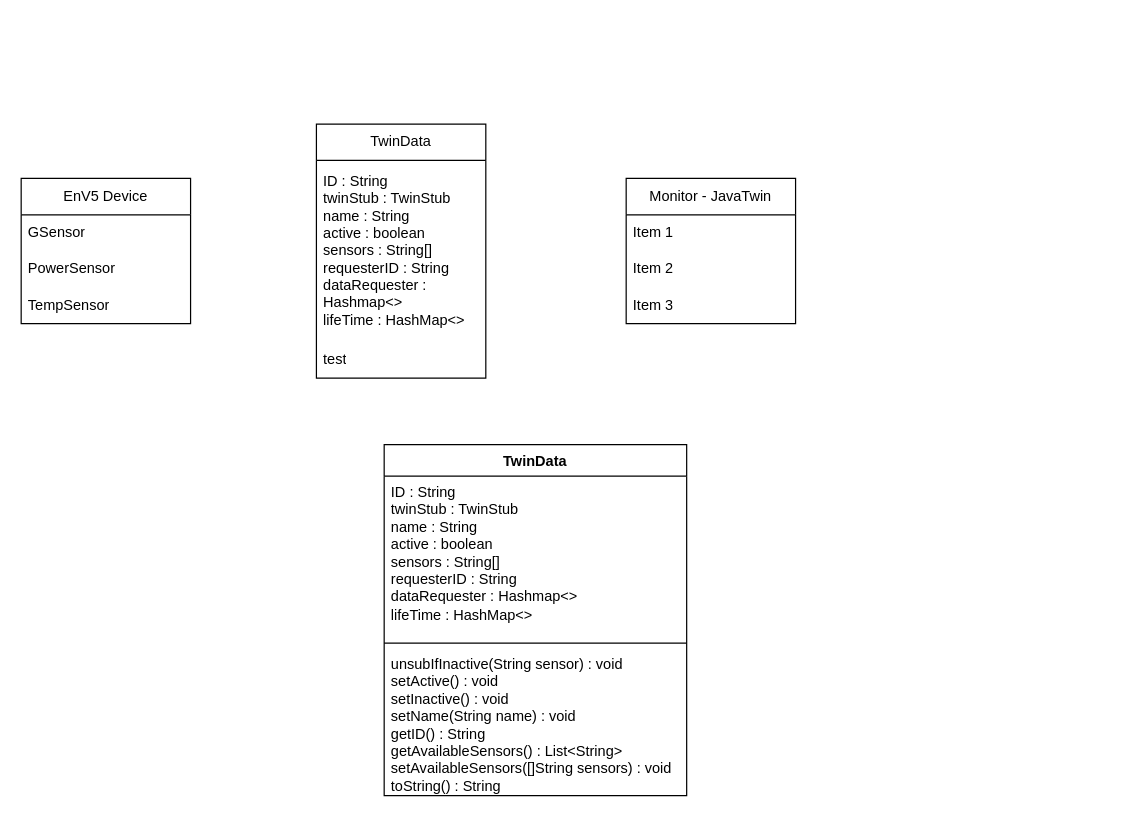
HerrCooker/misc keeps this draw.io diagram as ElasticAI.drawio. Above is the earlier version. Source tidied: cells renumbered, new cells numbered last; positions are measured from the earlier drawing's top-left corner, leaving out a move shared by most shapes. Both pictures are drawn from the tidied source at 121%, with x=0, y=0 at pixel (21, 123).
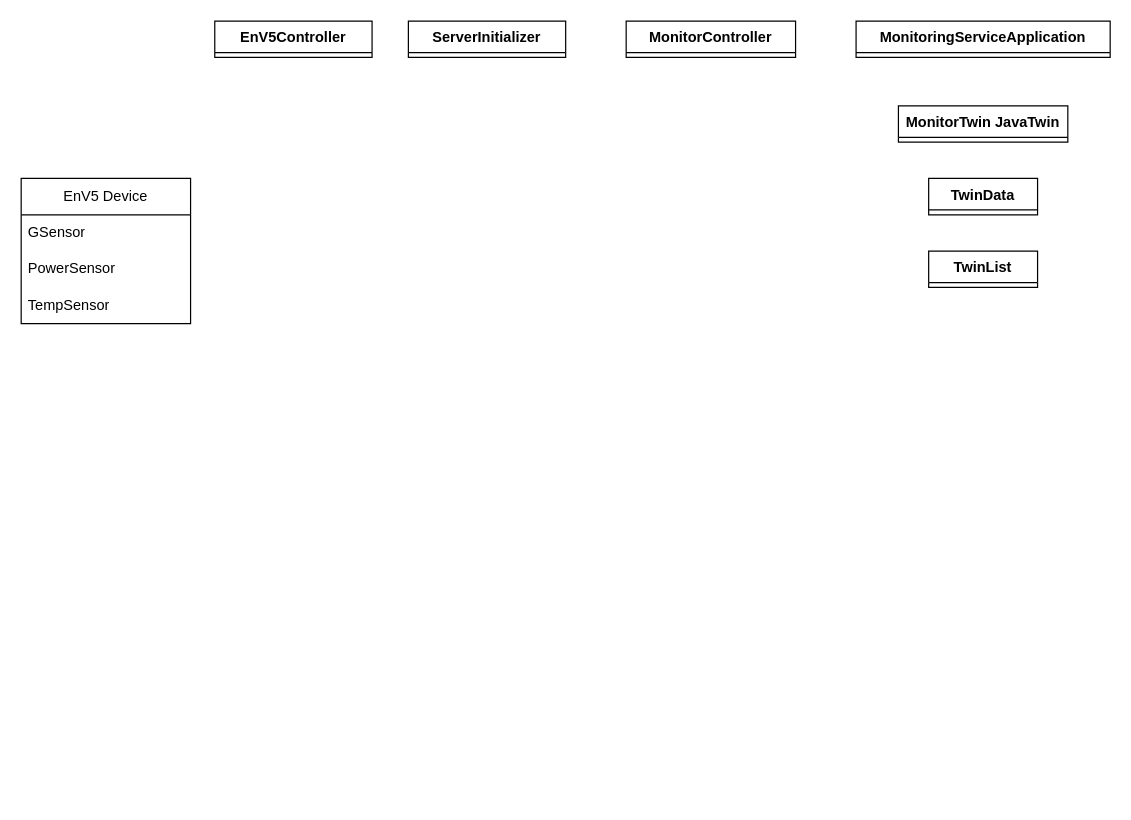
The same page after the edit.

The edit, as a diff of the source:
```diff
@@
 <mxGraphModel>
   <root>
     <mxCell id="0" />
     <mxCell id="1" parent="0" />
     <mxCell id="2" value="EnV5 Device" style="swimlane;fontStyle=0;horizontal=1;startSize=30;whiteSpace=wrap;html=1;" parent="1" vertex="1">
       <mxGeometry y="45" width="140" height="120" as="geometry" />
     </mxCell>
     <mxCell id="3" value="GSensor" style="text;strokeColor=none;fillColor=none;align=left;verticalAlign=middle;spacingLeft=4;spacingRight=4;overflow=hidden;whiteSpace=wrap;html=1;" parent="2" vertex="1">
       <mxGeometry y="30" width="140" height="30" as="geometry" />
     </mxCell>
     <mxCell id="4" value="PowerSensor" style="text;strokeColor=none;fillColor=none;align=left;verticalAlign=middle;spacingLeft=4;spacingRight=4;overflow=hidden;whiteSpace=wrap;html=1;" parent="2" vertex="1">
       <mxGeometry y="60" width="140" height="30" as="geometry" />
     </mxCell>
     <mxCell id="5" value="TempSensor" style="text;strokeColor=none;fillColor=none;align=left;verticalAlign=middle;spacingLeft=4;spacingRight=4;overflow=hidden;whiteSpace=wrap;html=1;" parent="2" vertex="1">
       <mxGeometry y="90" width="140" height="30" as="geometry" />
     </mxCell>
-    <mxCell id="6" value="TwinData " style="swimlane;fontStyle=0;horizontal=1;startSize=30;whiteSpace=wrap;html=1;" parent="1" vertex="1">
-      <mxGeometry x="244" width="140" height="210" as="geometry" />
-    </mxCell>
-    <mxCell id="7" value="&lt;div&gt;ID : String&lt;/div&gt;&lt;div&gt;twinStub : TwinStub&lt;/div&gt;&lt;div&gt;name : String&lt;/div&gt;&lt;div&gt;active : boolean&lt;/div&gt;&lt;div&gt;sensors : String[]&lt;/div&gt;&lt;div&gt;requesterID : String&lt;/div&gt;&lt;div&gt;dataRequester : Hashmap&amp;lt;&amp;gt;&lt;/div&gt;&lt;div&gt;lifeTime : HashMap&amp;lt;&amp;gt;&lt;br&gt;&lt;/div&gt;" style="text;strokeColor=none;fillColor=none;align=left;verticalAlign=middle;spacingLeft=4;spacingRight=4;overflow=hidden;whiteSpace=wrap;html=1;" parent="6" vertex="1">
-      <mxGeometry y="30" width="140" height="150" as="geometry" />
-    </mxCell>
-    <mxCell id="8" value="test" style="text;strokeColor=none;fillColor=none;align=left;verticalAlign=middle;spacingLeft=4;spacingRight=4;overflow=hidden;whiteSpace=wrap;html=1;" parent="6" vertex="1">
-      <mxGeometry y="180" width="140" height="30" as="geometry" />
-    </mxCell>
-    <mxCell id="9" value="Monitor - JavaTwin" style="swimlane;fontStyle=0;horizontal=1;startSize=30;whiteSpace=wrap;html=1;" parent="1" vertex="1">
-      <mxGeometry x="500" y="45" width="140" height="120" as="geometry" />
-    </mxCell>
-    <mxCell id="10" value="Item 1" style="text;strokeColor=none;fillColor=none;align=left;verticalAlign=middle;spacingLeft=4;spacingRight=4;overflow=hidden;whiteSpace=wrap;html=1;" parent="9" vertex="1">
-      <mxGeometry y="30" width="140" height="30" as="geometry" />
-    </mxCell>
-    <mxCell id="11" value="Item 2" style="text;strokeColor=none;fillColor=none;align=left;verticalAlign=middle;spacingLeft=4;spacingRight=4;overflow=hidden;whiteSpace=wrap;html=1;" parent="9" vertex="1">
-      <mxGeometry y="60" width="140" height="30" as="geometry" />
-    </mxCell>
-    <mxCell id="12" value="Item 3" style="text;strokeColor=none;fillColor=none;align=left;verticalAlign=middle;spacingLeft=4;spacingRight=4;overflow=hidden;whiteSpace=wrap;html=1;" parent="9" vertex="1">
-      <mxGeometry y="90" width="140" height="30" as="geometry" />
-    </mxCell>
-    <mxCell id="13" value="TwinData" style="swimlane;fontStyle=1;align=center;verticalAlign=top;horizontal=1;startSize=26;whiteSpace=wrap;html=1;" parent="1" vertex="1">
-      <mxGeometry x="300" y="265" width="250" height="290" as="geometry" />
+    <mxCell id="13" value="TwinData" style="swimlane;fontStyle=1;align=center;verticalAlign=top;horizontal=1;startSize=26;whiteSpace=wrap;html=1;" parent="1" vertex="1" collapsed="1">
+      <mxGeometry x="750" y="45" width="90" height="30" as="geometry" />
     </mxCell>
-    <mxCell id="14" value="&lt;div&gt;ID : String&lt;/div&gt;&lt;div&gt;twinStub : TwinStub&lt;/div&gt;&lt;div&gt;name : String&lt;/div&gt;&lt;div&gt;active : boolean&lt;/div&gt;&lt;div&gt;sensors : String[]&lt;/div&gt;&lt;div&gt;requesterID : String&lt;/div&gt;&lt;div&gt;dataRequester : Hashmap&amp;lt;&amp;gt;&lt;/div&gt;&lt;div&gt;lifeTime : HashMap&amp;lt;&amp;gt;&lt;br&gt;&lt;/div&gt;" style="text;strokeColor=none;fillColor=none;align=left;verticalAlign=top;spacingLeft=4;spacingRight=4;overflow=hidden;whiteSpace=wrap;html=1;" parent="13" vertex="1">
-      <mxGeometry y="26" width="250" height="134" as="geometry" />
-    </mxCell>
-    <mxCell id="15" style="line;strokeWidth=1;fillColor=none;align=left;verticalAlign=middle;spacingTop=-1;spacingLeft=3;spacingRight=3;labelPosition=right;strokeColor=inherit;" parent="13" vertex="1">
-      <mxGeometry y="160" width="250" height="8" as="geometry" />
-    </mxCell>
-    <mxCell id="16" value="&lt;div&gt;unsubIfInactive(String sensor) : void&lt;/div&gt;&lt;div&gt;setActive() : void&lt;/div&gt;&lt;div&gt;setInactive() : void&lt;/div&gt;&lt;div&gt;setName(String name) : void&lt;/div&gt;&lt;div&gt;getID() : String&lt;/div&gt;&lt;div&gt;getAvailableSensors() : List&amp;lt;String&amp;gt;&lt;/div&gt;&lt;div&gt;setAvailableSensors([]String sensors) : void&lt;/div&gt;&lt;div&gt;toString() : String&lt;br&gt;&lt;/div&gt;" style="text;strokeColor=none;fillColor=none;align=left;verticalAlign=top;spacingLeft=4;spacingRight=4;overflow=hidden;whiteSpace=wrap;html=1;" parent="13" vertex="1">
-      <mxGeometry y="168" width="250" height="122" as="geometry" />
-    </mxCell>
+    <mxCell id="17" value="EnV5Controller" style="swimlane;fontStyle=1;align=center;verticalAlign=top;horizontal=1;startSize=26;whiteSpace=wrap;html=1;" parent="1" vertex="1" collapsed="1">
+      <mxGeometry x="160" y="-85" width="130" height="30" as="geometry" />
+    </mxCell>
+    <mxCell id="18" value="MonitorController" style="swimlane;fontStyle=1;align=center;verticalAlign=top;horizontal=1;startSize=26;whiteSpace=wrap;html=1;" parent="1" vertex="1" collapsed="1">
+      <mxGeometry x="500" y="-85" width="140" height="30" as="geometry" />
+    </mxCell>
+    <mxCell id="19" value="MonitoringServiceApplication" style="swimlane;fontStyle=1;align=center;verticalAlign=top;horizontal=1;startSize=26;whiteSpace=wrap;html=1;" parent="1" vertex="1" collapsed="1">
+      <mxGeometry x="690" y="-85" width="210" height="30" as="geometry" />
+    </mxCell>
+    <mxCell id="20" value="MonitorTwin JavaTwin" style="swimlane;fontStyle=1;align=center;verticalAlign=top;horizontal=1;startSize=26;whiteSpace=wrap;html=1;" parent="1" vertex="1" collapsed="1">
+      <mxGeometry x="725" y="-15" width="140" height="30" as="geometry" />
+    </mxCell>
+    <mxCell id="21" value="ServerInitializer" style="swimlane;fontStyle=1;align=center;verticalAlign=top;horizontal=1;startSize=26;whiteSpace=wrap;html=1;" parent="1" vertex="1" collapsed="1">
+      <mxGeometry x="320" y="-85" width="130" height="30" as="geometry" />
+    </mxCell>
+    <mxCell id="22" value="TwinList" style="swimlane;fontStyle=1;align=center;verticalAlign=top;horizontal=1;startSize=26;whiteSpace=wrap;html=1;" parent="1" vertex="1" collapsed="1">
+      <mxGeometry x="750" y="105" width="90" height="30" as="geometry" />
+    </mxCell>
   </root>
 </mxGraphModel>
```
